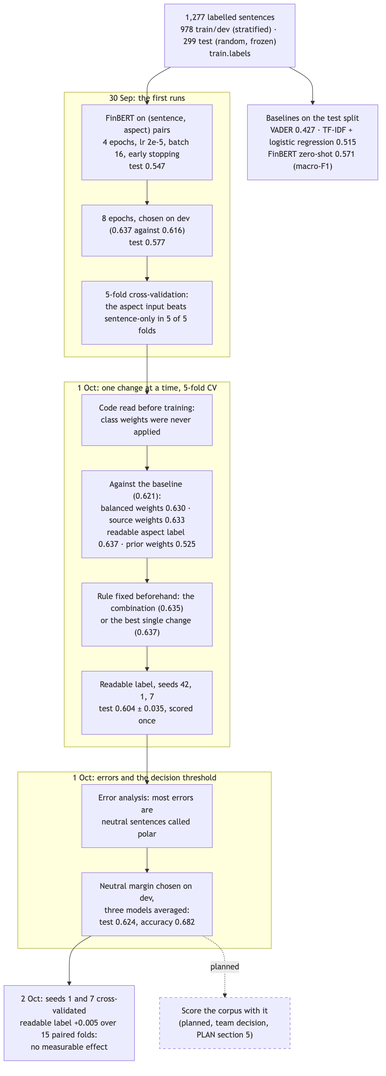
This is docs/diagrams/img/21-sentiment-model-development.png from Gavingyh/plp-project, a Mermaid export, as it was before one commit. Its source is kept beside it as docs/diagrams/src/21-sentiment-model-development.mmd. Source of this version:
```mermaid
flowchart TB
  accTitle: Sentiment model development
  accDescr: Labels are split into train/dev and a frozen random test split. FinBERT is fine-tuned on sentence and aspect pairs. Training length was chosen on dev, the aspect input on cross-validation, then one change at a time was cross-validated against a baseline and chosen by a rule fixed in advance. Three seeds were trained and scored once on test, errors analysed, a neutral margin chosen on dev, and the choice re-checked on two more seeds. Scoring the corpus with the model waits for the team.

  data["1,277 labelled sentences<br/>978 train/dev (stratified) · 299 test (random, frozen)<br/>train.labels"]
  base["Baselines on the test split<br/>VADER 0.427 · TF-IDF + logistic regression 0.515<br/>FinBERT zero-shot 0.571 (macro-F1)"]

  subgraph s1["30 Sep: the first runs"]
    r1["FinBERT on (sentence, aspect) pairs<br/>4 epochs, lr 2e-5, batch 16, early stopping<br/>test 0.547"]
    e1["8 epochs, chosen on dev (0.637 against 0.616)<br/>test 0.577"]
    e3["5-fold cross-validation:<br/>the aspect input beats sentence-only in 5 of 5 folds"]
  end

  subgraph s2["1 Oct: one change at a time, 5-fold CV"]
    bug["Code read before training:<br/>class weights were never applied"]
    var["Against the baseline (0.621):<br/>balanced weights 0.630 · source weights 0.633<br/>readable aspect label 0.637 · prior weights 0.525"]
    rule["Rule fixed beforehand: the combination (0.635)<br/>or the best single change (0.637)"]
    fin["Readable label, seeds 42, 1, 7<br/>test 0.604 ± 0.035, scored once"]
  end

  subgraph s3["1 Oct: errors and the decision threshold"]
    err["Error analysis: most errors are<br/>neutral sentences called polar"]
    mar["Neutral margin chosen on dev,<br/>three models averaged:<br/>test 0.624, accuracy 0.682"]
  end

  cv3["2 Oct: seeds 1 and 7 cross-validated<br/>readable label +0.005 over 15 paired folds:<br/>no measurable effect"]
  apply["Score the corpus with it<br/>(planned, team decision, PLAN section 5)"]

  data --> base
  data --> r1 --> e1 --> e3 --> bug --> var --> rule --> fin --> err --> mar --> cv3
  mar -. planned .-> apply
  style apply stroke-dasharray: 5 5
```
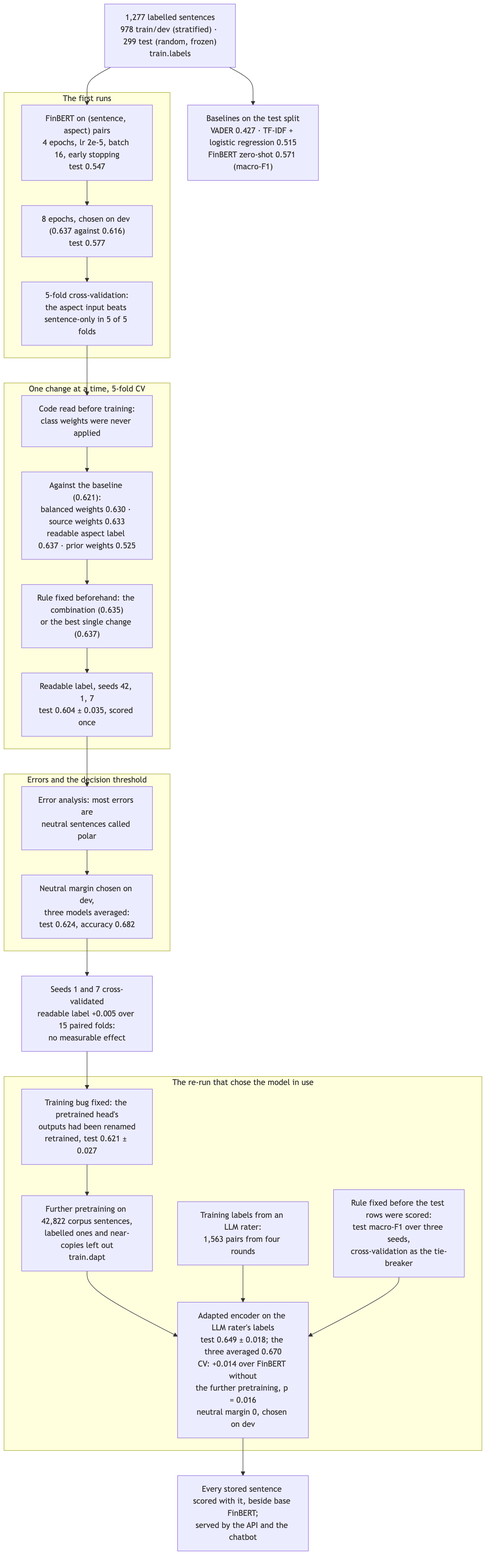
The same diagram one commit later.

Diff of the diagram source:
```diff
@@ -1,32 +1,43 @@
 flowchart TB
   accTitle: Sentiment model development
-  accDescr: Labels are split into train/dev and a frozen random test split. FinBERT is fine-tuned on sentence and aspect pairs. Training length was chosen on dev, the aspect input on cross-validation, then one change at a time was cross-validated against a baseline and chosen by a rule fixed in advance. Three seeds were trained and scored once on test, errors analysed, a neutral margin chosen on dev, and the choice re-checked on two more seeds. Scoring the corpus with the model waits for the team.
+  accDescr: Labels are split into train/dev and a frozen random test split. FinBERT is fine-tuned on sentence and aspect pairs. Training length was chosen on dev, the aspect input on cross-validation, then one change at a time was cross-validated against a baseline and chosen by a rule fixed in advance. Three seeds were trained and scored once on test, errors analysed, a neutral margin chosen on dev, and the choice re-checked on two more seeds. After a training bug was fixed, the encoder was further pretrained on the corpus and fine-tuned on an LLM rater's labels; a rule fixed before the test rows were scored chose that model, and it now scores the corpus.
 
   data["1,277 labelled sentences<br/>978 train/dev (stratified) · 299 test (random, frozen)<br/>train.labels"]
   base["Baselines on the test split<br/>VADER 0.427 · TF-IDF + logistic regression 0.515<br/>FinBERT zero-shot 0.571 (macro-F1)"]
 
-  subgraph s1["30 Sep: the first runs"]
+  subgraph s1["The first runs"]
     r1["FinBERT on (sentence, aspect) pairs<br/>4 epochs, lr 2e-5, batch 16, early stopping<br/>test 0.547"]
     e1["8 epochs, chosen on dev (0.637 against 0.616)<br/>test 0.577"]
     e3["5-fold cross-validation:<br/>the aspect input beats sentence-only in 5 of 5 folds"]
   end
 
-  subgraph s2["1 Oct: one change at a time, 5-fold CV"]
+  subgraph s2["One change at a time, 5-fold CV"]
     bug["Code read before training:<br/>class weights were never applied"]
     var["Against the baseline (0.621):<br/>balanced weights 0.630 · source weights 0.633<br/>readable aspect label 0.637 · prior weights 0.525"]
     rule["Rule fixed beforehand: the combination (0.635)<br/>or the best single change (0.637)"]
     fin["Readable label, seeds 42, 1, 7<br/>test 0.604 ± 0.035, scored once"]
   end
 
-  subgraph s3["1 Oct: errors and the decision threshold"]
+  subgraph s3["Errors and the decision threshold"]
     err["Error analysis: most errors are<br/>neutral sentences called polar"]
     mar["Neutral margin chosen on dev,<br/>three models averaged:<br/>test 0.624, accuracy 0.682"]
   end
 
-  cv3["2 Oct: seeds 1 and 7 cross-validated<br/>readable label +0.005 over 15 paired folds:<br/>no measurable effect"]
-  apply["Score the corpus with it<br/>(planned, team decision, PLAN section 5)"]
+  cv3["Seeds 1 and 7 cross-validated<br/>readable label +0.005 over 15 paired folds:<br/>no measurable effect"]
+
+  subgraph s4["The re-run that chose the model in use"]
+    head["Training bug fixed: the pretrained head's<br/>outputs had been renamed<br/>retrained, test 0.621 ± 0.027"]
+    dapt["Further pretraining on 42,822 corpus sentences,<br/>labelled ones and near-copies left out<br/>train.dapt"]
+    llm["Training labels from an LLM rater:<br/>1,563 pairs from four rounds"]
+    pick["Rule fixed before the test rows were scored:<br/>test macro-F1 over three seeds,<br/>cross-validation as the tie-breaker"]
+    won["Adapted encoder on the LLM rater's labels<br/>test 0.649 ± 0.018; the three averaged 0.670<br/>CV: +0.014 over FinBERT without<br/>the further pretraining, p = 0.016<br/>neutral margin 0, chosen on dev"]
+  end
+
+  apply["Every stored sentence scored with it, beside base FinBERT;<br/>served by the API and the chatbot"]
 
   data --> base
   data --> r1 --> e1 --> e3 --> bug --> var --> rule --> fin --> err --> mar --> cv3
-  mar -. planned .-> apply
-  style apply stroke-dasharray: 5 5
+  cv3 --> head --> dapt --> won
+  llm --> won
+  pick --> won
+  won --> apply
```
